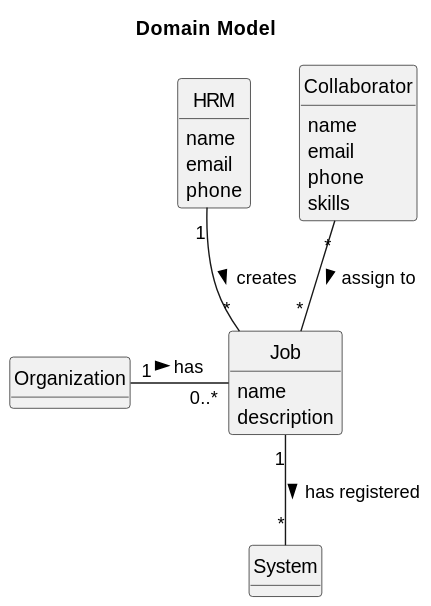
Earlier version of the PlantUML export docs/sprintA/us002/02.analysis/svg/us002-domain-model.svg (daniel41silva05/ISEP_2023_2024_LAPR2).
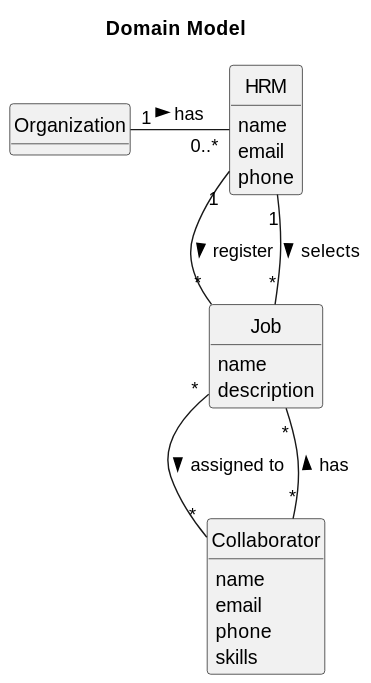
After the commit.

The edit, as a diff of the source:
```diff
@@ -34,8 +34,9 @@
     skills
 }
 
-Organization "1" - "0..*" Job: has >
-Job "1" -- "*" System : has registered >
-HRM "1" -- "*" Job : creates   >
-Collaborator "*" -- "*" Job : assign to >
+Organization "1" - "0..*" HRM: has >
+HRM "1" -- "*" Job : register   >
+HRM "1" -- "*" Job : selects   >
+Collaborator "*" -- "*" Job : has >
+Job "*" -- "*" Collaborator: assigned to >
 @enduml
```
